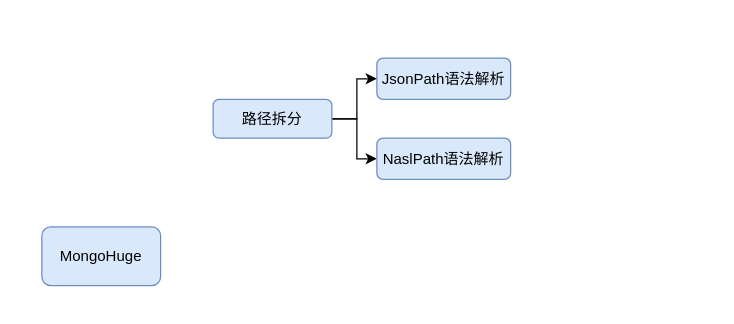
Earlier version of the draw.io diagram MongoHuge.drawio (TimerIzaya/TimerBlogPic). Source tidied: cells renumbered, new cells numbered last; positions are measured from the earlier drawing's top-left corner, leaving out a move shared by most shapes. Both pictures are drawn from the tidied source at 125%, with x=0, y=0 at pixel (41, 58).
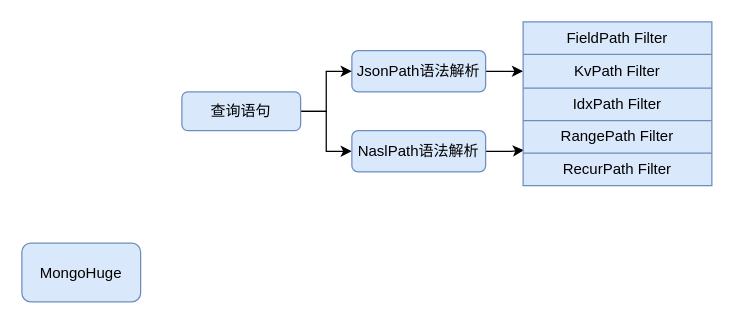
The same page after the edit.

Change to the diagram source:
```diff
@@
     <mxCell id="2" value="MongoHuge" style="text;html=1;align=center;verticalAlign=middle;whiteSpace=wrap;rounded=1;strokeColor=#6c8ebf;fillColor=#dae8fc;" parent="1" vertex="1">
-      <mxGeometry y="135" width="95" height="47" as="geometry" />
+      <mxGeometry x="-16" y="148" width="95" height="47" as="geometry" />
     </mxCell>
+    <mxCell id="8" style="edgeStyle=orthogonalEdgeStyle;rounded=0;jettySize=auto;html=1;entryX=0;entryY=0.5;entryDx=0;entryDy=0;" parent="1" edge="1" source="3" target="13">
+      <mxGeometry relative="1" as="geometry" />
+    </mxCell>
     <mxCell id="3" value="JsonPath语法解析" style="text;html=1;align=center;verticalAlign=middle;whiteSpace=wrap;rounded=1;strokeColor=#6c8ebf;fillColor=#dae8fc;" parent="1" vertex="1">
-      <mxGeometry x="268" width="107" height="33" as="geometry" />
+      <mxGeometry x="248" y="-6" width="107" height="33" as="geometry" />
     </mxCell>
@@
-    <mxCell id="6" value="路径拆分" style="text;html=1;align=center;verticalAlign=middle;whiteSpace=wrap;rounded=1;strokeColor=#6c8ebf;fillColor=#dae8fc;" parent="1" vertex="1">
-      <mxGeometry x="137" y="33" width="95" height="31" as="geometry" />
+    <mxCell id="6" value="查询语句" style="text;html=1;align=center;verticalAlign=middle;whiteSpace=wrap;rounded=1;strokeColor=#6c8ebf;fillColor=#dae8fc;" parent="1" vertex="1">
+      <mxGeometry x="112" y="27" width="95" height="31" as="geometry" />
     </mxCell>
+    <mxCell id="9" style="edgeStyle=orthogonalEdgeStyle;rounded=0;jettySize=auto;html=1;entryX=0.005;entryY=-0.089;entryDx=0;entryDy=0;entryPerimeter=0;" parent="1" edge="1" source="7" target="19">
+      <mxGeometry relative="1" as="geometry" />
+    </mxCell>
     <mxCell id="7" value="NaslPath语法解析" style="text;html=1;align=center;verticalAlign=middle;whiteSpace=wrap;rounded=1;strokeColor=#6c8ebf;fillColor=#dae8fc;" parent="1" vertex="1">
-      <mxGeometry x="268" y="64" width="107" height="33" as="geometry" />
+      <mxGeometry x="248" y="58" width="107" height="33" as="geometry" />
     </mxCell>
+    <mxCell id="10" style="shape=table;html=1;whiteSpace=wrap;startSize=0;childLayout=tableLayout;fillColor=#dae8fc;strokeColor=#6c8ebf;" parent="1" vertex="1">
+      <mxGeometry x="385" y="-29" width="151" height="131" as="geometry" />
+    </mxCell>
+    <mxCell id="11" style="shape=tableRow;horizontal=0;startSize=0;swimlaneHead=0;swimlaneBody=0;top=0;left=0;bottom=0;right=0;fillColor=none;" parent="10" vertex="1">
+      <mxGeometry width="151" height="26" as="geometry" />
+    </mxCell>
+    <mxCell id="12" value="FieldPath Filter" style="shape=partialRectangle;html=1;whiteSpace=wrap;fillColor=none;top=0;left=0;bottom=0;right=0;overflow=hidden;" parent="11" vertex="1">
+      <mxGeometry width="151" height="26" as="geometry" />
+    </mxCell>
+    <mxCell id="13" style="shape=tableRow;horizontal=0;startSize=0;swimlaneHead=0;swimlaneBody=0;top=0;left=0;bottom=0;right=0;fillColor=none;points=[[0,0.5],[1,0.5]];portConstraint=eastwest;" parent="10" vertex="1">
+      <mxGeometry y="26" width="151" height="27" as="geometry" />
+    </mxCell>
+    <mxCell id="14" value="KvPath Filter" style="shape=partialRectangle;html=1;whiteSpace=wrap;fillColor=none;top=0;left=0;bottom=0;right=0;overflow=hidden;" parent="13" vertex="1">
+      <mxGeometry width="151" height="27" as="geometry" />
+    </mxCell>
+    <mxCell id="15" style="shape=tableRow;horizontal=0;startSize=0;swimlaneHead=0;swimlaneBody=0;top=0;left=0;bottom=0;right=0;fillColor=none;" parent="10" vertex="1">
+      <mxGeometry y="53" width="151" height="26" as="geometry" />
+    </mxCell>
+    <mxCell id="16" value="IdxPath Filter" style="shape=partialRectangle;html=1;whiteSpace=wrap;fillColor=none;top=0;left=0;bottom=0;right=0;overflow=hidden;" parent="15" vertex="1">
+      <mxGeometry width="151" height="26" as="geometry" />
+    </mxCell>
+    <mxCell id="17" style="shape=tableRow;horizontal=0;startSize=0;swimlaneHead=0;swimlaneBody=0;top=0;left=0;bottom=0;right=0;fillColor=none;" parent="10" vertex="1">
+      <mxGeometry y="79" width="151" height="26" as="geometry" />
+    </mxCell>
+    <mxCell id="18" value="RangePath Filter" style="shape=partialRectangle;html=1;whiteSpace=wrap;fillColor=none;top=0;left=0;bottom=0;right=0;overflow=hidden;" parent="17" vertex="1">
+      <mxGeometry width="151" height="26" as="geometry" />
+    </mxCell>
+    <mxCell id="19" style="shape=tableRow;horizontal=0;startSize=0;swimlaneHead=0;swimlaneBody=0;top=0;left=0;bottom=0;right=0;fillColor=none;points=[[0,0.5],[1,0.5]];portConstraint=eastwest;" parent="10" vertex="1">
+      <mxGeometry y="105" width="151" height="26" as="geometry" />
+    </mxCell>
+    <mxCell id="20" value="RecurPath Filter" style="shape=partialRectangle;html=1;whiteSpace=wrap;fillColor=none;top=0;left=0;bottom=0;right=0;overflow=hidden;" parent="19" vertex="1">
+      <mxGeometry width="151" height="26" as="geometry" />
+    </mxCell>
```
